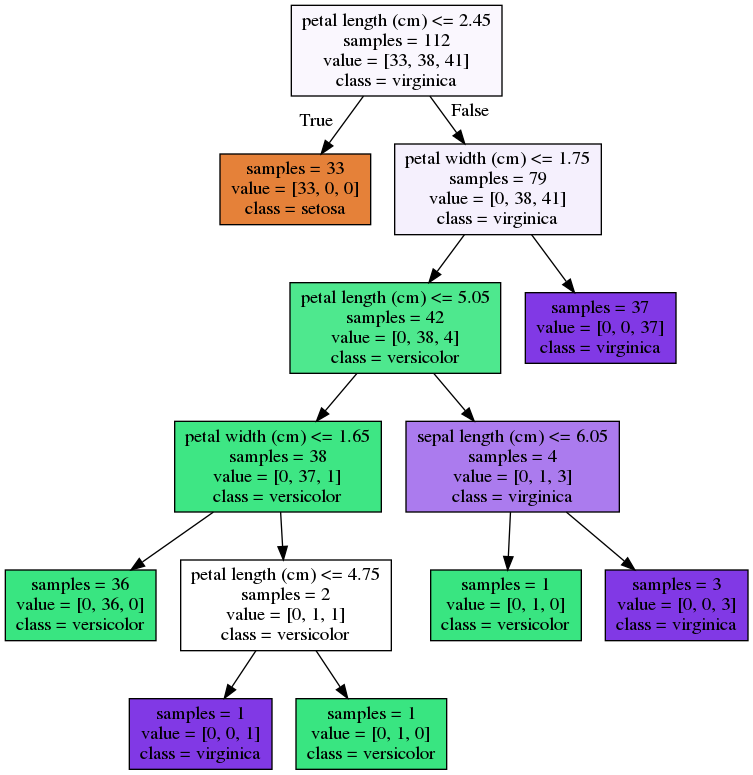
Earlier version of the Graphviz export arbol.png (WladIMirG/PythonML). Its source is kept beside it as arbol.dot.
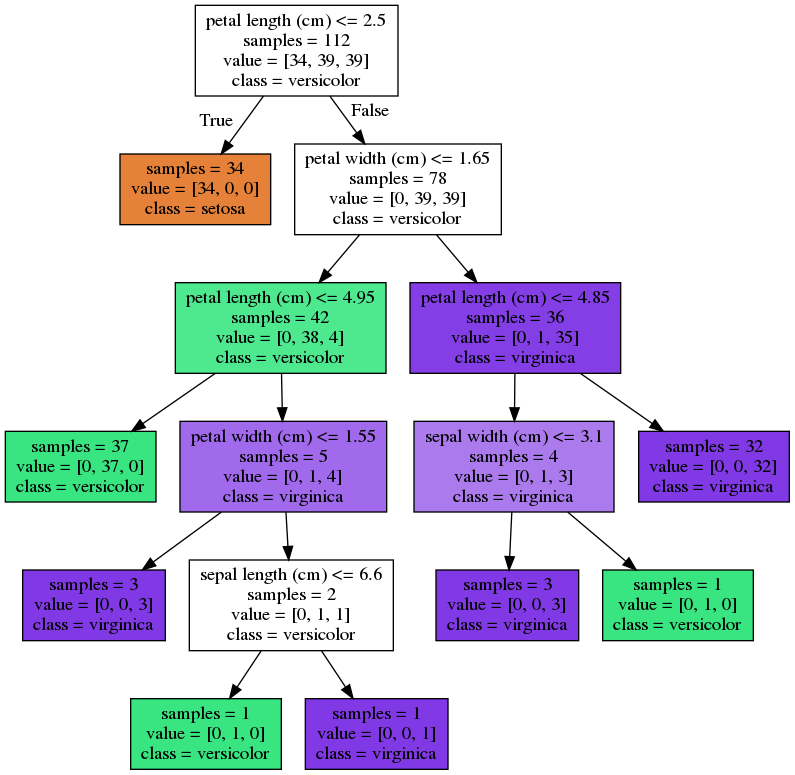
Later version of the same file.

The edit, as a diff of the source:
```diff
@@ -1,28 +1,32 @@
 digraph Tree {
 node [shape=box, style="filled", color="black"] ;
-0 [label="petal length (cm) <= 2.45\nsamples = 112\nvalue = [33, 38, 41]\nclass = virginica", fillcolor="#8139e50a"] ;
-1 [label="samples = 33\nvalue = [33, 0, 0]\nclass = setosa", fillcolor="#e58139ff"] ;
+0 [label="petal length (cm) <= 2.5\nsamples = 112\nvalue = [34, 39, 39]\nclass = versicolor", fillcolor="#39e58100"] ;
+1 [label="samples = 34\nvalue = [34, 0, 0]\nclass = setosa", fillcolor="#e58139ff"] ;
 0 -> 1 [labeldistance=2.5, labelangle=45, headlabel="True"] ;
-2 [label="petal width (cm) <= 1.75\nsamples = 79\nvalue = [0, 38, 41]\nclass = virginica", fillcolor="#8139e513"] ;
+2 [label="petal width (cm) <= 1.65\nsamples = 78\nvalue = [0, 39, 39]\nclass = versicolor", fillcolor="#39e58100"] ;
 0 -> 2 [labeldistance=2.5, labelangle=-45, headlabel="False"] ;
-3 [label="petal length (cm) <= 5.05\nsamples = 42\nvalue = [0, 38, 4]\nclass = versicolor", fillcolor="#39e581e4"] ;
+3 [label="petal length (cm) <= 4.95\nsamples = 42\nvalue = [0, 38, 4]\nclass = versicolor", fillcolor="#39e581e4"] ;
 2 -> 3 ;
-4 [label="petal width (cm) <= 1.65\nsamples = 38\nvalue = [0, 37, 1]\nclass = versicolor", fillcolor="#39e581f8"] ;
+4 [label="samples = 37\nvalue = [0, 37, 0]\nclass = versicolor", fillcolor="#39e581ff"] ;
 3 -> 4 ;
-5 [label="samples = 36\nvalue = [0, 36, 0]\nclass = versicolor", fillcolor="#39e581ff"] ;
-4 -> 5 ;
-6 [label="petal length (cm) <= 4.75\nsamples = 2\nvalue = [0, 1, 1]\nclass = versicolor", fillcolor="#39e58100"] ;
-4 -> 6 ;
-7 [label="samples = 1\nvalue = [0, 0, 1]\nclass = virginica", fillcolor="#8139e5ff"] ;
-6 -> 7 ;
+5 [label="petal width (cm) <= 1.55\nsamples = 5\nvalue = [0, 1, 4]\nclass = virginica", fillcolor="#8139e5bf"] ;
+3 -> 5 ;
+6 [label="samples = 3\nvalue = [0, 0, 3]\nclass = virginica", fillcolor="#8139e5ff"] ;
+5 -> 6 ;
+7 [label="sepal length (cm) <= 6.6\nsamples = 2\nvalue = [0, 1, 1]\nclass = versicolor", fillcolor="#39e58100"] ;
+5 -> 7 ;
 8 [label="samples = 1\nvalue = [0, 1, 0]\nclass = versicolor", fillcolor="#39e581ff"] ;
-6 -> 8 ;
-9 [label="sepal length (cm) <= 6.05\nsamples = 4\nvalue = [0, 1, 3]\nclass = virginica", fillcolor="#8139e5aa"] ;
-3 -> 9 ;
-10 [label="samples = 1\nvalue = [0, 1, 0]\nclass = versicolor", fillcolor="#39e581ff"] ;
-9 -> 10 ;
-11 [label="samples = 3\nvalue = [0, 0, 3]\nclass = virginica", fillcolor="#8139e5ff"] ;
-9 -> 11 ;
-12 [label="samples = 37\nvalue = [0, 0, 37]\nclass = virginica", fillcolor="#8139e5ff"] ;
-2 -> 12 ;
+7 -> 8 ;
+9 [label="samples = 1\nvalue = [0, 0, 1]\nclass = virginica", fillcolor="#8139e5ff"] ;
+7 -> 9 ;
+10 [label="petal length (cm) <= 4.85\nsamples = 36\nvalue = [0, 1, 35]\nclass = virginica", fillcolor="#8139e5f8"] ;
+2 -> 10 ;
+11 [label="sepal width (cm) <= 3.1\nsamples = 4\nvalue = [0, 1, 3]\nclass = virginica", fillcolor="#8139e5aa"] ;
+10 -> 11 ;
+12 [label="samples = 3\nvalue = [0, 0, 3]\nclass = virginica", fillcolor="#8139e5ff"] ;
+11 -> 12 ;
+13 [label="samples = 1\nvalue = [0, 1, 0]\nclass = versicolor", fillcolor="#39e581ff"] ;
+11 -> 13 ;
+14 [label="samples = 32\nvalue = [0, 0, 32]\nclass = virginica", fillcolor="#8139e5ff"] ;
+10 -> 14 ;
 }
```
